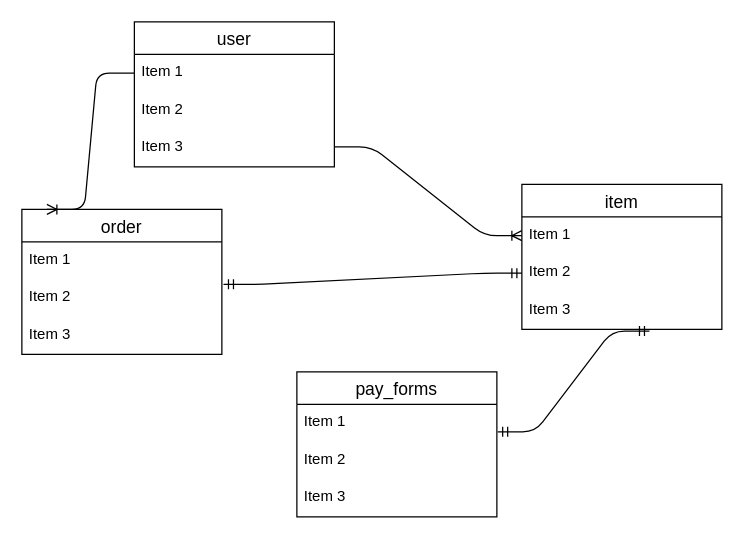
42117-tech-takafumi/furima-42117 keeps this draw.io diagram as e-r図.dio. Above is the earlier version. Source tidied: cells renumbered, new cells numbered last; positions are measured from the earlier drawing's top-left corner, leaving out a move shared by most shapes. Both pictures are drawn from the tidied source at 125%, with x=0, y=0 at pixel (-129, 21).
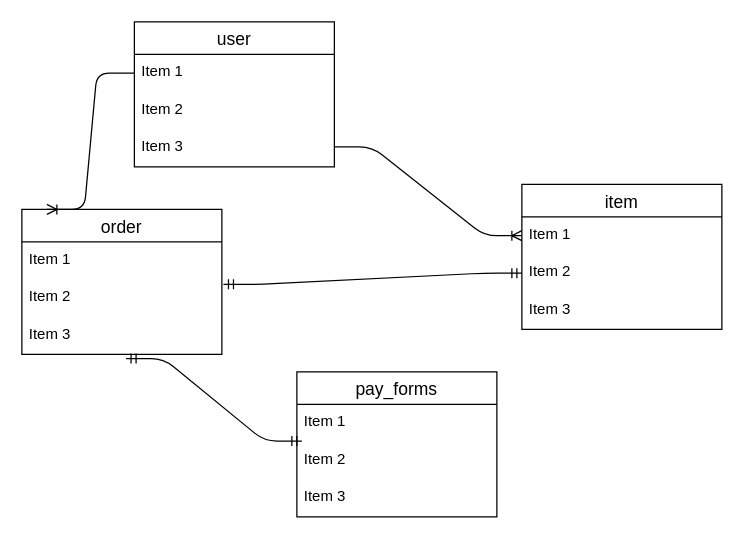
The same page after the edit.

Commit message (it also covers changes not shown here):
データベース設計_テーブル設計、e-r図_修正2

The change refers to these unchanged cells:
```xml
<mxCell id="9" value="Item 3" style="text;strokeColor=none;fillColor=none;spacingLeft=4;spacingRight=4;overflow=hidden;points=[[0,0.5],[1,0.5]];portConstraint=eastwest;fontSize=12;whiteSpace=wrap;html=1;" parent="6" vertex="1">
  <mxGeometry y="86" width="160" height="30" as="geometry" />
</mxCell>
<mxCell id="13" value="Item 3" style="text;strokeColor=none;fillColor=none;spacingLeft=4;spacingRight=4;overflow=hidden;points=[[0,0.5],[1,0.5]];portConstraint=eastwest;fontSize=12;whiteSpace=wrap;html=1;" parent="10" vertex="1">
  <mxGeometry y="86" width="160" height="30" as="geometry" />
</mxCell>
<mxCell id="15" value="Item 1" style="text;strokeColor=none;fillColor=none;spacingLeft=4;spacingRight=4;overflow=hidden;points=[[0,0.5],[1,0.5]];portConstraint=eastwest;fontSize=12;whiteSpace=wrap;html=1;" parent="14" vertex="1">
  <mxGeometry y="26" width="160" height="30" as="geometry" />
</mxCell>
```

Change to the diagram source:
```diff
@@
-    <mxCell id="21" style="edgeStyle=entityRelationEdgeStyle;fontSize=12;html=1;endArrow=ERmandOne;startArrow=ERmandOne;entryX=0.638;entryY=1.044;entryDx=0;entryDy=0;exitX=1.004;exitY=0.733;exitDx=0;exitDy=0;exitPerimeter=0;entryPerimeter=0;" parent="1" edge="1" source="15" target="9">
+    <mxCell id="21" style="edgeStyle=entityRelationEdgeStyle;fontSize=12;html=1;endArrow=ERmandOne;startArrow=ERmandOne;entryX=0.521;entryY=1.111;entryDx=0;entryDy=0;exitX=0.025;exitY=0.978;exitDx=0;exitDy=0;exitPerimeter=0;entryPerimeter=0;" parent="1" edge="1" source="15" target="13">
       <mxGeometry relative="1" as="geometry" />
     </mxCell>
```
